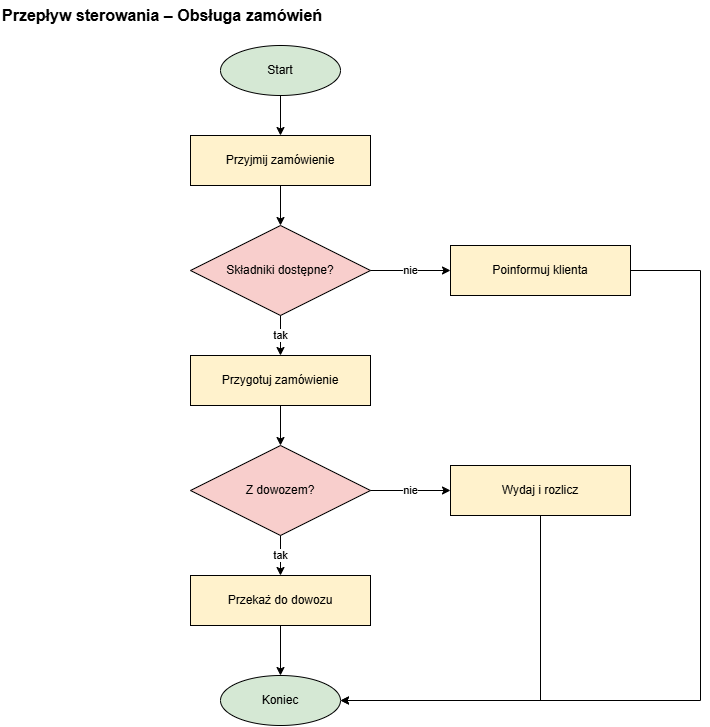
olimo54323/OiZPI-laboratorium keeps this draw.io diagram as diagramy/03_przeplyw_sterowania/cfd_1_zamowienia.png. Above is the earlier version. Source tidied: cells renumbered, new cells last; positions are measured from the earlier drawing's top-left corner, leaving out a move shared by most shapes. Its diagram source:
```xml
<mxGraphModel>
  <root>
    <mxCell id="0" />
    <mxCell id="1" parent="0" />
    <mxCell id="2" value="Przepływ sterowania – Obsługa zamówień" style="text;html=1;align=left;verticalAlign=middle;fontSize=16;fontStyle=1;" parent="1" vertex="1">
      <mxGeometry width="420" height="30" as="geometry" />
    </mxCell>
    <mxCell id="3" value="Start" style="ellipse;whiteSpace=wrap;html=1;fillColor=#d5e8d4;strokeColor=#000000;fontSize=12;" parent="1" vertex="1">
      <mxGeometry x="220" y="45" width="120" height="50" as="geometry" />
    </mxCell>
    <mxCell id="4" value="Przyjmij zamówienie" style="rounded=0;whiteSpace=wrap;html=1;fillColor=#fff2cc;strokeColor=#000000;fontSize=12;" parent="1" vertex="1">
      <mxGeometry x="190" y="135" width="180" height="50" as="geometry" />
    </mxCell>
    <mxCell id="5" value="Składniki dostępne?" style="rhombus;whiteSpace=wrap;html=1;fillColor=#f8cecc;strokeColor=#000000;fontSize=12;" parent="1" vertex="1">
      <mxGeometry x="190" y="225" width="180" height="90" as="geometry" />
    </mxCell>
    <mxCell id="6" value="Przygotuj zamówienie" style="rounded=0;whiteSpace=wrap;html=1;fillColor=#fff2cc;strokeColor=#000000;fontSize=12;" parent="1" vertex="1">
      <mxGeometry x="190" y="355" width="180" height="50" as="geometry" />
    </mxCell>
    <mxCell id="7" value="Z dowozem?" style="rhombus;whiteSpace=wrap;html=1;fillColor=#f8cecc;strokeColor=#000000;fontSize=12;" parent="1" vertex="1">
      <mxGeometry x="190" y="445" width="180" height="90" as="geometry" />
    </mxCell>
    <mxCell id="8" value="Przekaż do dowozu" style="rounded=0;whiteSpace=wrap;html=1;fillColor=#fff2cc;strokeColor=#000000;fontSize=12;" parent="1" vertex="1">
      <mxGeometry x="190" y="575" width="180" height="50" as="geometry" />
    </mxCell>
    <mxCell id="9" value="Poinformuj klienta" style="rounded=0;whiteSpace=wrap;html=1;fillColor=#fff2cc;strokeColor=#000000;fontSize=12;" parent="1" vertex="1">
      <mxGeometry x="450" y="245" width="180" height="50" as="geometry" />
    </mxCell>
    <mxCell id="10" value="Wydaj i rozlicz" style="rounded=0;whiteSpace=wrap;html=1;fillColor=#fff2cc;strokeColor=#000000;fontSize=12;" parent="1" vertex="1">
      <mxGeometry x="450" y="465" width="180" height="50" as="geometry" />
    </mxCell>
    <mxCell id="11" value="Koniec" style="ellipse;whiteSpace=wrap;html=1;fillColor=#d5e8d4;strokeColor=#000000;fontSize=12;" parent="1" vertex="1">
      <mxGeometry x="220" y="675" width="120" height="50" as="geometry" />
    </mxCell>
    <mxCell id="12" style="endArrow=classic;html=1;rounded=0;edgeStyle=orthogonalEdgeStyle;labelBackgroundColor=#ffffff;fontSize=11;strokeColor=#000000;" parent="1" edge="1" source="3" target="4">
      <mxGeometry relative="1" as="geometry" />
    </mxCell>
    <mxCell id="13" style="endArrow=classic;html=1;rounded=0;edgeStyle=orthogonalEdgeStyle;labelBackgroundColor=#ffffff;fontSize=11;strokeColor=#000000;" parent="1" edge="1" source="4" target="5">
      <mxGeometry relative="1" as="geometry" />
    </mxCell>
    <mxCell id="14" value="tak" style="endArrow=classic;html=1;rounded=0;edgeStyle=orthogonalEdgeStyle;labelBackgroundColor=#ffffff;fontSize=11;strokeColor=#000000;exitX=0.5;exitY=1;exitDx=0;exitDy=0;entryX=0.5;entryY=0;entryDx=0;entryDy=0;" parent="1" edge="1" source="5" target="6">
      <mxGeometry relative="1" as="geometry" />
    </mxCell>
    <mxCell id="15" value="nie" style="endArrow=classic;html=1;rounded=0;edgeStyle=orthogonalEdgeStyle;labelBackgroundColor=#ffffff;fontSize=11;strokeColor=#000000;exitX=1;exitY=0.5;exitDx=0;exitDy=0;entryX=0;entryY=0.5;entryDx=0;entryDy=0;" parent="1" edge="1" source="5" target="9">
      <mxGeometry relative="1" as="geometry" />
    </mxCell>
    <mxCell id="16" style="endArrow=classic;html=1;rounded=0;edgeStyle=orthogonalEdgeStyle;labelBackgroundColor=#ffffff;fontSize=11;strokeColor=#000000;" parent="1" edge="1" source="6" target="7">
      <mxGeometry relative="1" as="geometry" />
    </mxCell>
    <mxCell id="17" value="tak" style="endArrow=classic;html=1;rounded=0;edgeStyle=orthogonalEdgeStyle;labelBackgroundColor=#ffffff;fontSize=11;strokeColor=#000000;exitX=0.5;exitY=1;exitDx=0;exitDy=0;entryX=0.5;entryY=0;entryDx=0;entryDy=0;" parent="1" edge="1" source="7" target="8">
      <mxGeometry relative="1" as="geometry" />
    </mxCell>
    <mxCell id="18" value="nie" style="endArrow=classic;html=1;rounded=0;edgeStyle=orthogonalEdgeStyle;labelBackgroundColor=#ffffff;fontSize=11;strokeColor=#000000;exitX=1;exitY=0.5;exitDx=0;exitDy=0;entryX=0;entryY=0.5;entryDx=0;entryDy=0;" parent="1" edge="1" source="7" target="10">
      <mxGeometry relative="1" as="geometry" />
    </mxCell>
    <mxCell id="19" style="endArrow=classic;html=1;rounded=0;edgeStyle=orthogonalEdgeStyle;labelBackgroundColor=#ffffff;fontSize=11;strokeColor=#000000;" parent="1" edge="1" source="8" target="11">
      <mxGeometry relative="1" as="geometry" />
    </mxCell>
    <mxCell id="20" style="endArrow=classic;html=1;rounded=0;edgeStyle=orthogonalEdgeStyle;labelBackgroundColor=#ffffff;fontSize=11;strokeColor=#000000;exitX=0.5;exitY=1;exitDx=0;exitDy=0;entryX=1;entryY=0.5;entryDx=0;entryDy=0;" parent="1" edge="1" source="10" target="11">
      <mxGeometry relative="1" as="geometry" />
    </mxCell>
    <mxCell id="21" style="endArrow=classic;html=1;rounded=0;edgeStyle=orthogonalEdgeStyle;labelBackgroundColor=#ffffff;fontSize=11;strokeColor=#000000;exitX=1;exitY=0.5;exitDx=0;exitDy=0;entryX=1;entryY=0.5;entryDx=0;entryDy=0;" parent="1" edge="1" source="9" target="11">
      <mxGeometry relative="1" as="geometry">
        <Array as="points">
          <mxPoint x="700" y="270" />
          <mxPoint x="700" y="700" />
        </Array>
      </mxGeometry>
    </mxCell>
  </root>
</mxGraphModel>
```
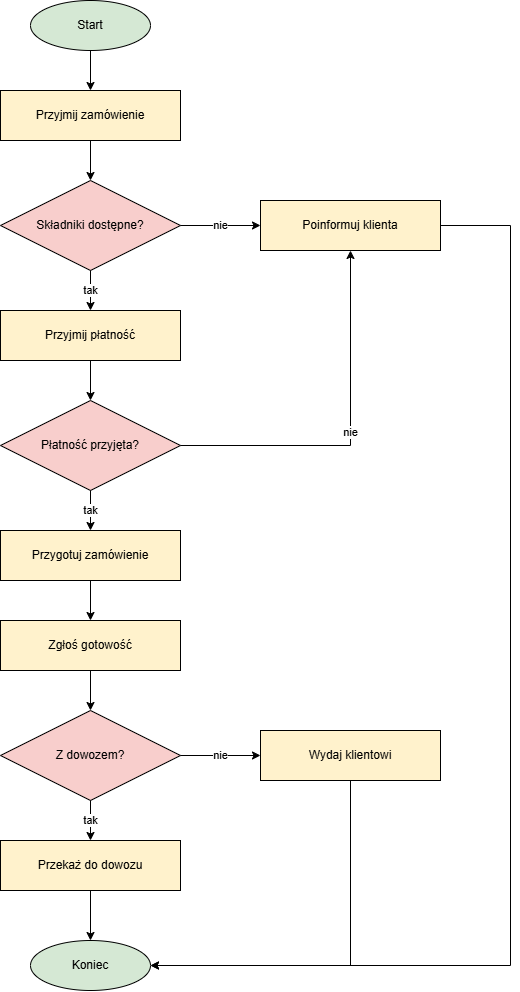
After the commit.

What changed in the source:
```diff
@@ -2,9 +2,6 @@
   <root>
     <mxCell id="0" />
     <mxCell id="1" parent="0" />
-    <mxCell id="2" value="Przepływ sterowania – Obsługa zamówień" style="text;html=1;align=left;verticalAlign=middle;fontSize=16;fontStyle=1;" parent="1" vertex="1">
-      <mxGeometry width="420" height="30" as="geometry" />
-    </mxCell>
     <mxCell id="3" value="Start" style="ellipse;whiteSpace=wrap;html=1;fillColor=#d5e8d4;strokeColor=#000000;fontSize=12;" parent="1" vertex="1">
       <mxGeometry x="220" y="45" width="120" height="50" as="geometry" />
     </mxCell>
@@ -14,23 +11,32 @@
     <mxCell id="5" value="Składniki dostępne?" style="rhombus;whiteSpace=wrap;html=1;fillColor=#f8cecc;strokeColor=#000000;fontSize=12;" parent="1" vertex="1">
       <mxGeometry x="190" y="225" width="180" height="90" as="geometry" />
     </mxCell>
-    <mxCell id="6" value="Przygotuj zamówienie" style="rounded=0;whiteSpace=wrap;html=1;fillColor=#fff2cc;strokeColor=#000000;fontSize=12;" parent="1" vertex="1">
+    <mxCell id="6" value="Przyjmij płatność" style="rounded=0;whiteSpace=wrap;html=1;fillColor=#fff2cc;strokeColor=#000000;fontSize=12;" parent="1" vertex="1">
       <mxGeometry x="190" y="355" width="180" height="50" as="geometry" />
     </mxCell>
-    <mxCell id="7" value="Z dowozem?" style="rhombus;whiteSpace=wrap;html=1;fillColor=#f8cecc;strokeColor=#000000;fontSize=12;" parent="1" vertex="1">
+    <mxCell id="7" value="Płatność przyjęta?" style="rhombus;whiteSpace=wrap;html=1;fillColor=#f8cecc;strokeColor=#000000;fontSize=12;" parent="1" vertex="1">
       <mxGeometry x="190" y="445" width="180" height="90" as="geometry" />
     </mxCell>
-    <mxCell id="8" value="Przekaż do dowozu" style="rounded=0;whiteSpace=wrap;html=1;fillColor=#fff2cc;strokeColor=#000000;fontSize=12;" parent="1" vertex="1">
+    <mxCell id="8" value="Przygotuj zamówienie" style="rounded=0;whiteSpace=wrap;html=1;fillColor=#fff2cc;strokeColor=#000000;fontSize=12;" parent="1" vertex="1">
       <mxGeometry x="190" y="575" width="180" height="50" as="geometry" />
     </mxCell>
-    <mxCell id="9" value="Poinformuj klienta" style="rounded=0;whiteSpace=wrap;html=1;fillColor=#fff2cc;strokeColor=#000000;fontSize=12;" parent="1" vertex="1">
-      <mxGeometry x="450" y="245" width="180" height="50" as="geometry" />
+    <mxCell id="9" value="Zgłoś gotowość" style="rounded=0;whiteSpace=wrap;html=1;fillColor=#fff2cc;strokeColor=#000000;fontSize=12;" parent="1" vertex="1">
+      <mxGeometry x="190" y="665" width="180" height="50" as="geometry" />
     </mxCell>
+    <mxCell id="22" value="Z dowozem?" style="rhombus;whiteSpace=wrap;html=1;fillColor=#f8cecc;strokeColor=#000000;fontSize=12;" parent="1" vertex="1">
+      <mxGeometry x="190" y="755" width="180" height="90" as="geometry" />
+    </mxCell>
-    <mxCell id="10" value="Wydaj i rozlicz" style="rounded=0;whiteSpace=wrap;html=1;fillColor=#fff2cc;strokeColor=#000000;fontSize=12;" parent="1" vertex="1">
-      <mxGeometry x="450" y="465" width="180" height="50" as="geometry" />
+    <mxCell id="10" value="Przekaż do dowozu" style="rounded=0;whiteSpace=wrap;html=1;fillColor=#fff2cc;strokeColor=#000000;fontSize=12;" parent="1" vertex="1">
+      <mxGeometry x="190" y="885" width="180" height="50" as="geometry" />
     </mxCell>
+    <mxCell id="23" value="Wydaj klientowi" style="rounded=0;whiteSpace=wrap;html=1;fillColor=#fff2cc;strokeColor=#000000;fontSize=12;" parent="1" vertex="1">
+      <mxGeometry x="450" y="775" width="180" height="50" as="geometry" />
+    </mxCell>
+    <mxCell id="24" value="Poinformuj klienta" style="rounded=0;whiteSpace=wrap;html=1;fillColor=#fff2cc;strokeColor=#000000;fontSize=12;" parent="1" vertex="1">
+      <mxGeometry x="450" y="245" width="180" height="50" as="geometry" />
+    </mxCell>
     <mxCell id="11" value="Koniec" style="ellipse;whiteSpace=wrap;html=1;fillColor=#d5e8d4;strokeColor=#000000;fontSize=12;" parent="1" vertex="1">
-      <mxGeometry x="220" y="675" width="120" height="50" as="geometry" />
+      <mxGeometry x="220" y="985" width="120" height="50" as="geometry" />
     </mxCell>
     <mxCell id="12" style="endArrow=classic;html=1;rounded=0;edgeStyle=orthogonalEdgeStyle;labelBackgroundColor=#ffffff;fontSize=11;strokeColor=#000000;" parent="1" edge="1" source="3" target="4">
       <mxGeometry relative="1" as="geometry" />
@@ -41,7 +47,7 @@
     <mxCell id="14" value="tak" style="endArrow=classic;html=1;rounded=0;edgeStyle=orthogonalEdgeStyle;labelBackgroundColor=#ffffff;fontSize=11;strokeColor=#000000;exitX=0.5;exitY=1;exitDx=0;exitDy=0;entryX=0.5;entryY=0;entryDx=0;entryDy=0;" parent="1" edge="1" source="5" target="6">
       <mxGeometry relative="1" as="geometry" />
     </mxCell>
-    <mxCell id="15" value="nie" style="endArrow=classic;html=1;rounded=0;edgeStyle=orthogonalEdgeStyle;labelBackgroundColor=#ffffff;fontSize=11;strokeColor=#000000;exitX=1;exitY=0.5;exitDx=0;exitDy=0;entryX=0;entryY=0.5;entryDx=0;entryDy=0;" parent="1" edge="1" source="5" target="9">
+    <mxCell id="15" value="nie" style="endArrow=classic;html=1;rounded=0;edgeStyle=orthogonalEdgeStyle;labelBackgroundColor=#ffffff;fontSize=11;strokeColor=#000000;exitX=1;exitY=0.5;exitDx=0;exitDy=0;entryX=0;entryY=0.5;entryDx=0;entryDy=0;" parent="1" edge="1" source="5" target="24">
       <mxGeometry relative="1" as="geometry" />
     </mxCell>
     <mxCell id="16" style="endArrow=classic;html=1;rounded=0;edgeStyle=orthogonalEdgeStyle;labelBackgroundColor=#ffffff;fontSize=11;strokeColor=#000000;" parent="1" edge="1" source="6" target="7">
@@ -50,22 +56,34 @@
     <mxCell id="17" value="tak" style="endArrow=classic;html=1;rounded=0;edgeStyle=orthogonalEdgeStyle;labelBackgroundColor=#ffffff;fontSize=11;strokeColor=#000000;exitX=0.5;exitY=1;exitDx=0;exitDy=0;entryX=0.5;entryY=0;entryDx=0;entryDy=0;" parent="1" edge="1" source="7" target="8">
       <mxGeometry relative="1" as="geometry" />
     </mxCell>
-    <mxCell id="18" value="nie" style="endArrow=classic;html=1;rounded=0;edgeStyle=orthogonalEdgeStyle;labelBackgroundColor=#ffffff;fontSize=11;strokeColor=#000000;exitX=1;exitY=0.5;exitDx=0;exitDy=0;entryX=0;entryY=0.5;entryDx=0;entryDy=0;" parent="1" edge="1" source="7" target="10">
+    <mxCell id="18" value="nie" style="endArrow=classic;html=1;rounded=0;edgeStyle=orthogonalEdgeStyle;labelBackgroundColor=#ffffff;fontSize=11;strokeColor=#000000;exitX=1;exitY=0.5;exitDx=0;exitDy=0;entryX=0.5;entryY=1;entryDx=0;entryDy=0;" parent="1" edge="1" source="7" target="24">
       <mxGeometry relative="1" as="geometry" />
     </mxCell>
-    <mxCell id="19" style="endArrow=classic;html=1;rounded=0;edgeStyle=orthogonalEdgeStyle;labelBackgroundColor=#ffffff;fontSize=11;strokeColor=#000000;" parent="1" edge="1" source="8" target="11">
+    <mxCell id="19" style="endArrow=classic;html=1;rounded=0;edgeStyle=orthogonalEdgeStyle;labelBackgroundColor=#ffffff;fontSize=11;strokeColor=#000000;" parent="1" edge="1" source="8" target="9">
       <mxGeometry relative="1" as="geometry" />
     </mxCell>
-    <mxCell id="20" style="endArrow=classic;html=1;rounded=0;edgeStyle=orthogonalEdgeStyle;labelBackgroundColor=#ffffff;fontSize=11;strokeColor=#000000;exitX=0.5;exitY=1;exitDx=0;exitDy=0;entryX=1;entryY=0.5;entryDx=0;entryDy=0;" parent="1" edge="1" source="10" target="11">
+    <mxCell id="20" style="endArrow=classic;html=1;rounded=0;edgeStyle=orthogonalEdgeStyle;labelBackgroundColor=#ffffff;fontSize=11;strokeColor=#000000;" parent="1" edge="1" source="9" target="22">
       <mxGeometry relative="1" as="geometry" />
     </mxCell>
-    <mxCell id="21" style="endArrow=classic;html=1;rounded=0;edgeStyle=orthogonalEdgeStyle;labelBackgroundColor=#ffffff;fontSize=11;strokeColor=#000000;exitX=1;exitY=0.5;exitDx=0;exitDy=0;entryX=1;entryY=0.5;entryDx=0;entryDy=0;" parent="1" edge="1" source="9" target="11">
-      <mxGeometry relative="1" as="geometry">
-        <Array as="points">
-          <mxPoint x="700" y="270" />
-          <mxPoint x="700" y="700" />
-        </Array>
-      </mxGeometry>
+    <mxCell id="21" value="tak" style="endArrow=classic;html=1;rounded=0;edgeStyle=orthogonalEdgeStyle;labelBackgroundColor=#ffffff;fontSize=11;strokeColor=#000000;exitX=0.5;exitY=1;exitDx=0;exitDy=0;entryX=0.5;entryY=0;entryDx=0;entryDy=0;" parent="1" edge="1" source="22" target="10">
+      <mxGeometry relative="1" as="geometry" />
     </mxCell>
+    <mxCell id="25" value="nie" style="endArrow=classic;html=1;rounded=0;edgeStyle=orthogonalEdgeStyle;labelBackgroundColor=#ffffff;fontSize=11;strokeColor=#000000;exitX=1;exitY=0.5;exitDx=0;exitDy=0;entryX=0;entryY=0.5;entryDx=0;entryDy=0;" parent="1" edge="1" source="22" target="23">
+      <mxGeometry relative="1" as="geometry" />
+    </mxCell>
+    <mxCell id="26" style="endArrow=classic;html=1;rounded=0;edgeStyle=orthogonalEdgeStyle;labelBackgroundColor=#ffffff;fontSize=11;strokeColor=#000000;" parent="1" edge="1" source="10" target="11">
+      <mxGeometry relative="1" as="geometry" />
+    </mxCell>
+    <mxCell id="27" style="endArrow=classic;html=1;rounded=0;edgeStyle=orthogonalEdgeStyle;labelBackgroundColor=#ffffff;fontSize=11;strokeColor=#000000;exitX=0.5;exitY=1;exitDx=0;exitDy=0;entryX=1;entryY=0.5;entryDx=0;entryDy=0;" parent="1" edge="1" source="23" target="11">
+      <mxGeometry relative="1" as="geometry" />
+    </mxCell>
+    <mxCell id="28" style="endArrow=classic;html=1;rounded=0;edgeStyle=orthogonalEdgeStyle;labelBackgroundColor=#ffffff;fontSize=11;strokeColor=#000000;exitX=1;exitY=0.5;exitDx=0;exitDy=0;entryX=1;entryY=0.5;entryDx=0;entryDy=0;" parent="1" edge="1" source="24" target="11">
+      <mxGeometry relative="1" as="geometry">
+        <Array as="points">
+          <mxPoint x="700" y="270" />
+          <mxPoint x="700" y="1010" />
+        </Array>
+      </mxGeometry>
+    </mxCell>
   </root>
 </mxGraphModel>
```
